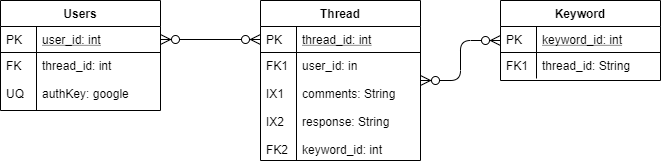
Earlier version of the draw.io export erd.png (team-lightbulb/team-lightbulb.github.io). Source tidied: cells renumbered, new cells last; positions are measured from the earlier drawing's top-left corner, leaving out a move shared by most shapes.
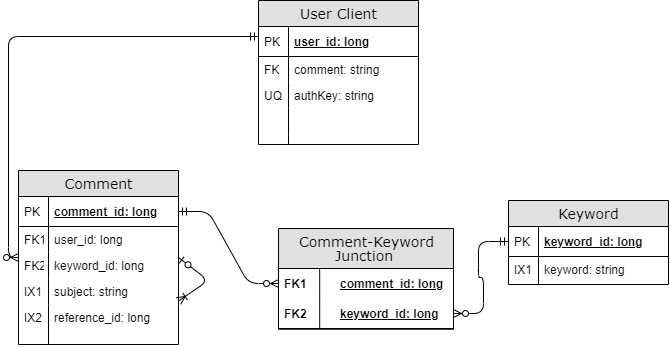
After the change.

Diff of the diagram source:
```diff
@@ -1,57 +1,127 @@
-<mxGraphModel>
+<mxGraphModel background="#ffffff">
   <root>
     <mxCell id="0" />
     <mxCell id="1" parent="0" />
-    <mxCell id="2" value="Users" style="swimlane;fontStyle=1;horizontal=1;startSize=26;rounded=0;shadow=0;strokeWidth=1;" parent="1" vertex="1">
-      <mxGeometry width="160" height="110" as="geometry" />
+    <mxCell id="2" value="Keyword" style="swimlane;html=1;fontStyle=0;horizontal=1;startSize=26;fillColor=#e0e0e0;swimlaneFillColor=#ffffff;align=center;rounded=0;shadow=0;comic=0;labelBackgroundColor=none;strokeWidth=1;fontFamily=Verdana;fontSize=14;swimlaneLine=1;" parent="1" vertex="1">
+      <mxGeometry width="160" height="84" as="geometry" />
     </mxCell>
-    <mxCell id="3" value="user_id: int" style="shape=partialRectangle;top=0;left=0;right=0;bottom=1;align=left;verticalAlign=top;fillColor=none;spacingLeft=40;spacingRight=4;overflow=hidden;points=[[0,0.5],[1,0.5]];portConstraint=eastwest;rounded=0;shadow=0;strokeWidth=1;fontStyle=4;" parent="2" vertex="1">
-      <mxGeometry y="26" width="160" height="26" as="geometry" />
+    <mxCell id="3" value="keyword_id: long" style="shape=partialRectangle;top=0;left=0;right=0;bottom=1;html=1;align=left;verticalAlign=middle;fillColor=none;spacingLeft=34;spacingRight=4;whiteSpace=wrap;overflow=hidden;points=[[0,0.5],[1,0.5]];portConstraint=eastwest;fontStyle=5;" parent="2" vertex="1">
+      <mxGeometry y="26" width="160" height="30" as="geometry" />
     </mxCell>
-    <mxCell id="4" value="PK" style="shape=partialRectangle;top=0;left=0;bottom=0;fillColor=none;align=left;verticalAlign=top;spacingLeft=4;spacingRight=4;overflow=hidden;" parent="3" vertex="1">
-      <mxGeometry width="36" height="26" as="geometry" />
+    <mxCell id="4" value="PK" style="shape=partialRectangle;top=0;left=0;bottom=0;html=1;fillColor=none;align=left;verticalAlign=middle;spacingLeft=4;spacingRight=4;whiteSpace=wrap;overflow=hidden;" parent="3" vertex="1">
+      <mxGeometry width="30" height="30" as="geometry" />
     </mxCell>
-    <mxCell id="5" value="thread_id: int&#10;&#10;authKey: google" style="shape=partialRectangle;top=0;left=0;right=0;bottom=0;align=left;verticalAlign=top;fillColor=none;spacingLeft=40;spacingRight=4;overflow=hidden;rounded=0;shadow=0;strokeWidth=1;" parent="2" vertex="1">
-      <mxGeometry y="52" width="160" height="58" as="geometry" />
+    <mxCell id="5" value="keyword: string" style="shape=partialRectangle;top=0;left=0;right=0;bottom=0;html=1;align=left;verticalAlign=top;fillColor=none;spacingLeft=34;spacingRight=4;whiteSpace=wrap;overflow=hidden;" parent="2" vertex="1">
+      <mxGeometry y="56" width="160" height="26" as="geometry" />
     </mxCell>
-    <mxCell id="6" value="FK&#10;&#10;UQ" style="shape=partialRectangle;top=0;left=0;bottom=0;fillColor=none;align=left;verticalAlign=top;spacingLeft=4;spacingRight=4;overflow=hidden;" parent="5" vertex="1">
-      <mxGeometry width="36" height="58" as="geometry" />
+    <mxCell id="6" value="IX1" style="shape=partialRectangle;top=0;left=0;bottom=0;html=1;fillColor=none;align=left;verticalAlign=top;spacingLeft=4;spacingRight=4;whiteSpace=wrap;overflow=hidden;" parent="5" vertex="1">
+      <mxGeometry width="30" height="26" as="geometry" />
     </mxCell>
-    <mxCell id="7" value="Thread" style="swimlane;fontStyle=1;horizontal=1;startSize=26;rounded=0;shadow=0;strokeWidth=1;" parent="1" vertex="1">
-      <mxGeometry x="260" width="160" height="160" as="geometry" />
+    <mxCell id="7" style="shape=partialRectangle;top=0;left=0;right=0;bottom=0;html=1;align=left;verticalAlign=top;fillColor=none;spacingLeft=34;spacingRight=4;whiteSpace=wrap;overflow=hidden;points=[[0,0.5],[1,0.5]];portConstraint=eastwest;" parent="2" vertex="1">
+      <mxGeometry y="82" width="160" height="2" as="geometry" />
     </mxCell>
-    <mxCell id="8" value="thread_id: int" style="shape=partialRectangle;top=0;left=0;right=0;bottom=1;align=left;verticalAlign=top;fillColor=none;spacingLeft=40;spacingRight=4;overflow=hidden;points=[[0,0.5],[1,0.5]];portConstraint=eastwest;rounded=0;shadow=0;strokeWidth=1;fontStyle=4;" parent="7" vertex="1">
-      <mxGeometry y="26" width="160" height="26" as="geometry" />
+    <mxCell id="8" style="shape=partialRectangle;top=0;left=0;bottom=0;html=1;fillColor=none;align=left;verticalAlign=top;spacingLeft=4;spacingRight=4;whiteSpace=wrap;overflow=hidden;points=[];portConstraint=eastwest;" parent="7" vertex="1">
+      <mxGeometry width="30" height="2" as="geometry" />
     </mxCell>
-    <mxCell id="9" value="PK" style="shape=partialRectangle;top=0;left=0;bottom=0;fillColor=none;align=left;verticalAlign=top;spacingLeft=4;spacingRight=4;overflow=hidden;points=[];portConstraint=eastwest;" parent="8" vertex="1">
-      <mxGeometry width="36" height="26" as="geometry" />
+    <mxCell id="9" value="User Client" style="swimlane;html=1;fontStyle=0;horizontal=1;startSize=26;fillColor=#e0e0e0;swimlaneFillColor=#ffffff;align=center;rounded=0;shadow=0;comic=0;labelBackgroundColor=none;strokeWidth=1;fontFamily=Verdana;fontSize=14;" parent="1" vertex="1">
+      <mxGeometry x="-250" y="-200" width="160" height="144" as="geometry" />
     </mxCell>
-    <mxCell id="10" value="user_id: in&#10;&#10;comments: String&#10;&#10;response: String&#10;&#10;keyword_id: int" style="shape=partialRectangle;top=0;left=0;right=0;bottom=0;align=left;verticalAlign=top;fillColor=none;spacingLeft=40;spacingRight=4;overflow=hidden;rounded=0;shadow=0;strokeWidth=1;" parent="7" vertex="1">
-      <mxGeometry y="52" width="160" height="108" as="geometry" />
+    <mxCell id="10" value="user_id: long" style="shape=partialRectangle;top=0;left=0;right=0;bottom=1;html=1;align=left;verticalAlign=middle;fillColor=none;spacingLeft=34;spacingRight=4;whiteSpace=wrap;overflow=hidden;fontStyle=5;" parent="9" vertex="1">
+      <mxGeometry y="26" width="160" height="30" as="geometry" />
     </mxCell>
-    <mxCell id="11" value="FK1&#10;&#10;IX1&#10;&#10;IX2&#10;&#10;FK2" style="shape=partialRectangle;top=0;left=0;bottom=0;fillColor=none;align=left;verticalAlign=top;spacingLeft=4;spacingRight=4;overflow=hidden;" parent="10" vertex="1">
-      <mxGeometry width="36" height="108" as="geometry" />
+    <mxCell id="11" value="PK" style="shape=partialRectangle;top=0;left=0;bottom=0;html=1;fillColor=none;align=left;verticalAlign=middle;spacingLeft=4;spacingRight=4;whiteSpace=wrap;overflow=hidden;" parent="10" vertex="1">
+      <mxGeometry width="30" height="30" as="geometry" />
     </mxCell>
-    <mxCell id="12" style="edgeStyle=orthogonalEdgeStyle;endArrow=ERzeroToMany;startArrow=ERzeroToMany;shadow=0;strokeWidth=1;endSize=8;startSize=8;startFill=1;" parent="1" edge="1" source="3" target="8">
-      <mxGeometry relative="1" as="geometry" />
+    <mxCell id="12" value="comment: string" style="shape=partialRectangle;top=0;left=0;right=0;bottom=0;html=1;align=left;verticalAlign=top;fillColor=none;spacingLeft=34;spacingRight=4;whiteSpace=wrap;overflow=hidden;" parent="9" vertex="1">
+      <mxGeometry y="56" width="160" height="26" as="geometry" />
     </mxCell>
-    <mxCell id="13" value="Keyword" style="swimlane;fontStyle=1;horizontal=1;startSize=26;rounded=0;shadow=0;strokeWidth=1;" parent="1" vertex="1">
-      <mxGeometry x="500" width="160" height="80" as="geometry" />
+    <mxCell id="13" value="FK" style="shape=partialRectangle;top=0;left=0;bottom=0;html=1;fillColor=none;align=left;verticalAlign=top;spacingLeft=4;spacingRight=4;whiteSpace=wrap;overflow=hidden;points=[];portConstraint=eastwest;" parent="12" vertex="1">
+      <mxGeometry width="30" height="26" as="geometry" />
     </mxCell>
-    <mxCell id="14" value="keyword_id: int" style="shape=partialRectangle;top=0;left=0;right=0;bottom=1;align=left;verticalAlign=top;fillColor=none;spacingLeft=40;spacingRight=4;overflow=hidden;rounded=0;shadow=0;strokeWidth=1;fontStyle=4;" parent="13" vertex="1">
-      <mxGeometry y="26" width="160" height="26" as="geometry" />
+    <mxCell id="14" value="authKey: string" style="shape=partialRectangle;top=0;left=0;right=0;bottom=0;html=1;align=left;verticalAlign=top;fillColor=none;spacingLeft=34;spacingRight=4;whiteSpace=wrap;overflow=hidden;" parent="9" vertex="1">
+      <mxGeometry y="82" width="160" height="26" as="geometry" />
     </mxCell>
-    <mxCell id="15" value="PK" style="shape=partialRectangle;top=0;left=0;bottom=0;fillColor=none;align=left;verticalAlign=top;spacingLeft=4;spacingRight=4;overflow=hidden;" parent="14" vertex="1">
-      <mxGeometry width="36" height="26" as="geometry" />
+    <mxCell id="15" value="UQ" style="shape=partialRectangle;top=0;left=0;bottom=0;html=1;fillColor=none;align=left;verticalAlign=top;spacingLeft=4;spacingRight=4;whiteSpace=wrap;overflow=hidden;" parent="14" vertex="1">
+      <mxGeometry width="30" height="26" as="geometry" />
     </mxCell>
-    <mxCell id="16" value="thread_id: String" style="shape=partialRectangle;top=0;left=0;right=0;bottom=0;align=left;verticalAlign=top;fillColor=none;spacingLeft=40;spacingRight=4;overflow=hidden;rounded=0;shadow=0;strokeWidth=1;" parent="13" vertex="1">
-      <mxGeometry y="52" width="160" height="26" as="geometry" />
+    <mxCell id="16" style="shape=partialRectangle;top=0;left=0;right=0;bottom=0;html=1;align=left;verticalAlign=top;fillColor=none;spacingLeft=34;spacingRight=4;whiteSpace=wrap;overflow=hidden;" parent="9" vertex="1">
+      <mxGeometry y="108" width="160" height="26" as="geometry" />
     </mxCell>
-    <mxCell id="17" value="FK1" style="shape=partialRectangle;top=0;left=0;bottom=0;fillColor=none;align=left;verticalAlign=top;spacingLeft=4;spacingRight=4;overflow=hidden;" parent="16" vertex="1">
-      <mxGeometry width="36" height="26" as="geometry" />
+    <mxCell id="17" style="shape=partialRectangle;top=0;left=0;bottom=0;html=1;fillColor=none;align=left;verticalAlign=top;spacingLeft=4;spacingRight=4;whiteSpace=wrap;overflow=hidden;" parent="16" vertex="1">
+      <mxGeometry width="30" height="26" as="geometry" />
     </mxCell>
-    <mxCell id="18" style="edgeStyle=orthogonalEdgeStyle;endArrow=ERzeroToMany;startArrow=ERzeroToMany;shadow=0;strokeWidth=1;endSize=8;startSize=8;startFill=1;" parent="1" edge="1" source="7" target="13">
-      <mxGeometry relative="1" as="geometry" />
+    <mxCell id="18" style="shape=partialRectangle;top=0;left=0;right=0;bottom=0;html=1;align=left;verticalAlign=top;fillColor=none;spacingLeft=34;spacingRight=4;whiteSpace=wrap;overflow=hidden;" parent="9" vertex="1">
+      <mxGeometry y="134" width="160" height="10" as="geometry" />
     </mxCell>
+    <mxCell id="19" style="shape=partialRectangle;top=0;left=0;bottom=0;html=1;fillColor=none;align=left;verticalAlign=top;spacingLeft=4;spacingRight=4;whiteSpace=wrap;overflow=hidden;" parent="18" vertex="1">
+      <mxGeometry width="30" height="10" as="geometry" />
+    </mxCell>
+    <mxCell id="20" style="edgeStyle=orthogonalEdgeStyle;html=1;endArrow=ERmandOne;endFill=0;startArrow=ERzeroToMany;labelBackgroundColor=none;fontFamily=Verdana;fontSize=14;entryX=0;entryY=0.25;exitX=0;exitY=0.5;entryDx=0;entryDy=0;startFill=1;rounded=1;" parent="1" edge="1" source="22" target="9">
+      <mxGeometry relative="1" as="geometry" />
+    </mxCell>
+    <mxCell id="21" style="edgeStyle=entityRelationEdgeStyle;html=1;endArrow=ERzeroToMany;startArrow=ERmandOne;labelBackgroundColor=none;fontFamily=Verdana;fontSize=14;entryX=0;entryY=0.5;exitX=1;exitY=0.5;entryDx=0;entryDy=0;startFill=0;endFill=1;" parent="1" edge="1" source="23" target="35">
+      <mxGeometry relative="1" as="geometry" />
+    </mxCell>
+    <mxCell id="22" value="Comment" style="swimlane;html=1;fontStyle=0;horizontal=1;startSize=26;fillColor=#e0e0e0;swimlaneFillColor=#ffffff;align=center;rounded=0;shadow=0;comic=0;labelBackgroundColor=none;strokeWidth=1;fontFamily=Verdana;fontSize=14;" parent="1" vertex="1">
+      <mxGeometry x="-490" y="-30" width="160" height="174" as="geometry" />
+    </mxCell>
+    <mxCell id="23" value="comment_id: long" style="shape=partialRectangle;top=0;left=0;right=0;bottom=1;html=1;align=left;verticalAlign=middle;fillColor=none;spacingLeft=34;spacingRight=4;whiteSpace=wrap;overflow=hidden;points=[[0,0.5],[1,0.5]];portConstraint=eastwest;fontStyle=5;" parent="22" vertex="1">
+      <mxGeometry y="26" width="160" height="30" as="geometry" />
+    </mxCell>
+    <mxCell id="24" value="PK" style="shape=partialRectangle;top=0;left=0;bottom=0;html=1;fillColor=none;align=left;verticalAlign=middle;spacingLeft=4;spacingRight=4;whiteSpace=wrap;overflow=hidden;" parent="23" vertex="1">
+      <mxGeometry width="30" height="30" as="geometry" />
+    </mxCell>
+    <mxCell id="25" value="user_id: long" style="shape=partialRectangle;top=0;left=0;right=0;bottom=0;html=1;align=left;verticalAlign=top;fillColor=none;spacingLeft=34;spacingRight=4;whiteSpace=wrap;overflow=hidden;" parent="22" vertex="1">
+      <mxGeometry y="56" width="160" height="26" as="geometry" />
+    </mxCell>
+    <mxCell id="26" value="FK1&lt;br&gt;" style="shape=partialRectangle;top=0;left=0;bottom=0;html=1;fillColor=none;align=left;verticalAlign=top;spacingLeft=4;spacingRight=4;whiteSpace=wrap;overflow=hidden;" parent="25" vertex="1">
+      <mxGeometry width="30" height="26" as="geometry" />
+    </mxCell>
+    <mxCell id="27" value="keyword_id: long" style="shape=partialRectangle;top=0;left=0;right=0;bottom=0;html=1;align=left;verticalAlign=top;fillColor=none;spacingLeft=34;spacingRight=4;whiteSpace=wrap;overflow=hidden;" parent="22" vertex="1">
+      <mxGeometry y="82" width="160" height="26" as="geometry" />
+    </mxCell>
+    <mxCell id="28" value="FK2" style="shape=partialRectangle;top=0;left=0;bottom=0;html=1;fillColor=none;align=left;verticalAlign=top;spacingLeft=4;spacingRight=4;whiteSpace=wrap;overflow=hidden;" parent="27" vertex="1">
+      <mxGeometry width="30" height="26" as="geometry" />
+    </mxCell>
+    <mxCell id="29" value="subject: string" style="shape=partialRectangle;top=0;left=0;right=0;bottom=0;html=1;align=left;verticalAlign=top;fillColor=none;spacingLeft=34;spacingRight=4;whiteSpace=wrap;overflow=hidden;" parent="22" vertex="1">
+      <mxGeometry y="108" width="160" height="26" as="geometry" />
+    </mxCell>
+    <mxCell id="30" value="IX1" style="shape=partialRectangle;top=0;left=0;bottom=0;html=1;fillColor=none;align=left;verticalAlign=top;spacingLeft=4;spacingRight=4;whiteSpace=wrap;overflow=hidden;" parent="29" vertex="1">
+      <mxGeometry width="30" height="26" as="geometry" />
+    </mxCell>
+    <mxCell id="31" value="reference_id: long" style="shape=partialRectangle;top=0;left=0;right=0;bottom=0;html=1;align=left;verticalAlign=top;fillColor=none;spacingLeft=34;spacingRight=4;whiteSpace=wrap;overflow=hidden;" parent="22" vertex="1">
+      <mxGeometry y="134" width="160" height="40" as="geometry" />
+    </mxCell>
+    <mxCell id="32" value="IX2" style="shape=partialRectangle;top=0;left=0;bottom=0;html=1;fillColor=none;align=left;verticalAlign=top;spacingLeft=4;spacingRight=4;whiteSpace=wrap;overflow=hidden;" parent="31" vertex="1">
+      <mxGeometry width="30" height="40" as="geometry" />
+    </mxCell>
+    <mxCell id="33" style="group;" parent="1" vertex="1">
+      <mxGeometry x="-230" y="28" width="175" height="112" as="geometry" />
+    </mxCell>
+    <mxCell id="34" value="&lt;p style=&quot;line-height: 100%&quot;&gt;Comment-Keyword&lt;br&gt;Junction&amp;nbsp;&lt;/p&gt;" style="swimlane;html=1;fontStyle=0;horizontal=1;startSize=40;fillColor=#e0e0e0;swimlaneFillColor=#ffffff;align=center;rounded=0;shadow=0;comic=0;labelBackgroundColor=none;strokeWidth=1;fontFamily=Verdana;fontSize=14;" parent="33" vertex="1">
+      <mxGeometry width="175" height="100.7" as="geometry" />
+    </mxCell>
+    <mxCell id="35" value="comment_id: long" style="shape=partialRectangle;top=0;left=0;right=0;bottom=0;html=1;align=left;verticalAlign=middle;fillColor=none;spacingLeft=60;spacingRight=4;whiteSpace=wrap;overflow=hidden;points=[[0,0.5],[1,0.5]];portConstraint=eastwest;fontStyle=5;" parent="34" vertex="1">
+      <mxGeometry y="40" width="175" height="30" as="geometry" />
+    </mxCell>
+    <mxCell id="36" value="FK1" style="shape=partialRectangle;fontStyle=1;top=0;left=0;bottom=0;html=1;fillColor=none;align=left;verticalAlign=middle;spacingLeft=4;spacingRight=4;whiteSpace=wrap;overflow=hidden;" parent="35" vertex="1">
+      <mxGeometry width="41.2" height="30" as="geometry" />
+    </mxCell>
+    <mxCell id="37" value="keyword_id: long" style="shape=partialRectangle;top=0;left=0;right=0;bottom=1;html=1;align=left;verticalAlign=middle;fillColor=none;spacingLeft=60;spacingRight=4;whiteSpace=wrap;overflow=hidden;points=[[0,0.5],[1,0.5]];portConstraint=eastwest;fontStyle=5;" parent="34" vertex="1">
+      <mxGeometry y="70" width="175" height="30" as="geometry" />
+    </mxCell>
+    <mxCell id="38" value="FK2" style="shape=partialRectangle;fontStyle=1;top=0;left=0;bottom=0;html=1;fillColor=none;align=left;verticalAlign=middle;spacingLeft=4;spacingRight=4;whiteSpace=wrap;overflow=hidden;" parent="37" vertex="1">
+      <mxGeometry width="41.2" height="30" as="geometry" />
+    </mxCell>
+    <mxCell id="39" style="edgeStyle=entityRelationEdgeStyle;fontSize=12;html=1;endArrow=ERmandOne;startArrow=ERzeroToMany;entryX=0;entryY=0.5;entryDx=0;entryDy=0;startFill=1;endFill=0;exitX=1;exitY=0.5;exitDx=0;exitDy=0;" parent="1" edge="1" source="37" target="3">
+      <mxGeometry relative="1" as="geometry" />
+    </mxCell>
+    <mxCell id="40" style="edgeStyle=entityRelationEdgeStyle;fontSize=12;html=1;endArrow=ERoneToMany;startArrow=ERzeroToOne;exitX=1;exitY=0.5;exitDx=0;exitDy=0;entryX=1;entryY=0.75;entryDx=0;entryDy=0;" parent="1" edge="1" source="22" target="22">
+      <mxGeometry relative="1" as="geometry">
+        <Array as="points">
+          <mxPoint x="-300" y="80" />
+        </Array>
+      </mxGeometry>
+    </mxCell>
   </root>
 </mxGraphModel>
```
